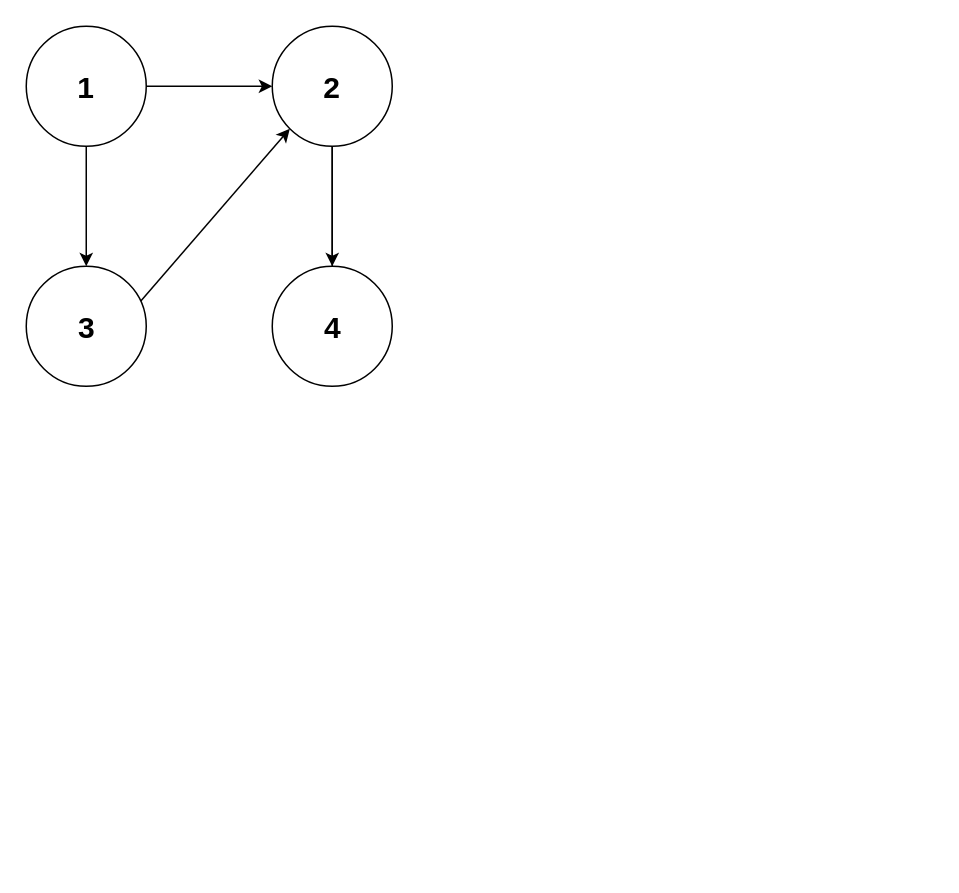
Before: R3_T04_Graf_05_Obilazak_DFS.drawio in draganilicnis/R3_T04_Graf_05_Obilazak_DFS, a draw.io diagram. Source tidied: cells renumbered, new cells numbered last; positions are measured from the earlier drawing's top-left corner, leaving out a move shared by most shapes. Both pictures are drawn from the tidied source at 150%, with x=0, y=0 at pixel (26, 26).
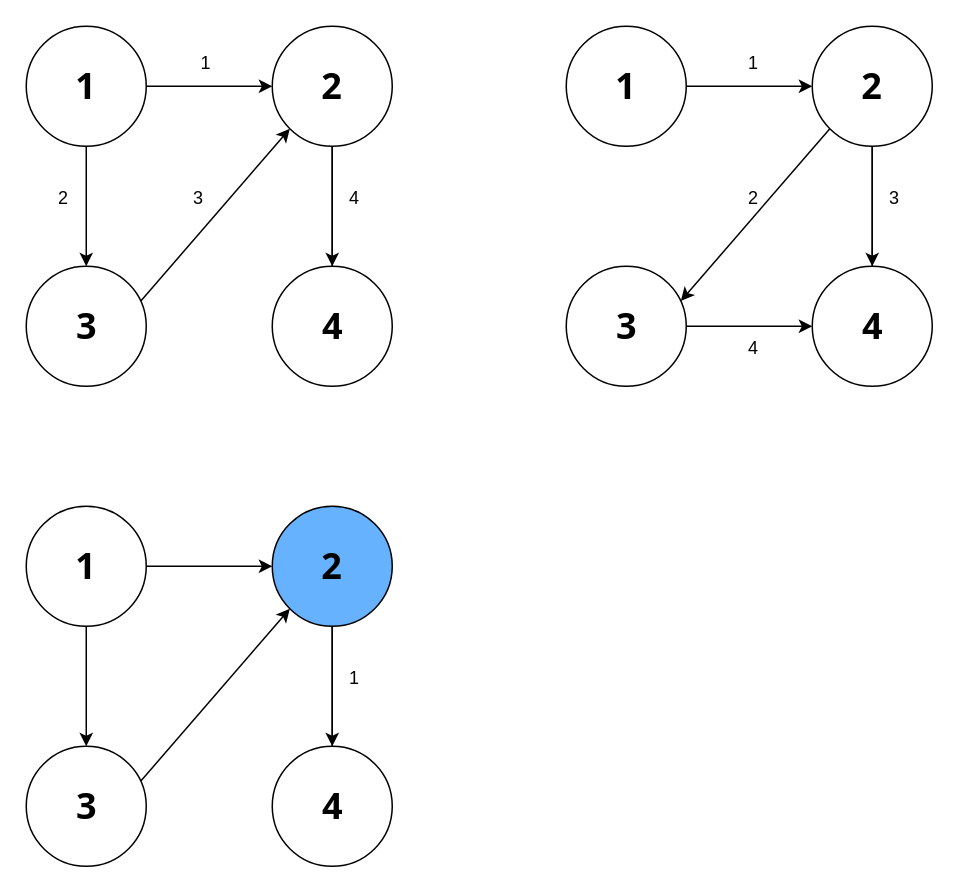
The same page after the edit.

Change to the diagram source:
```diff
@@
-    <mxCell id="6" value="2" style="text;strokeColor=none;align=center;fillColor=none;html=1;verticalAlign=middle;whiteSpace=wrap;rounded=0;fontStyle=1;fontSize=20;" parent="1" vertex="1">
+    <mxCell id="6" value="&lt;font face=&quot;Tahoma&quot; style=&quot;font-size: 24px;&quot;&gt;2&lt;/font&gt;" style="text;strokeColor=none;align=center;fillColor=none;html=1;verticalAlign=middle;whiteSpace=wrap;rounded=0;fontStyle=1;fontSize=20;" parent="1" vertex="1">
       <mxGeometry x="174" y="27.5" width="60" height="25" as="geometry" />
     </mxCell>
@@
-    <mxCell id="8" value="4" style="text;html=1;align=center;verticalAlign=middle;points=[];strokeColor=none;fillColor=none;fontStyle=1;fontSize=20;" parent="1" vertex="1">
-      <mxGeometry x="189" y="180" width="30" height="40" as="geometry" />
+    <mxCell id="8" value="&lt;font style=&quot;font-size: 24px;&quot; face=&quot;Tahoma&quot;&gt;4&lt;/font&gt;" style="text;html=1;align=center;verticalAlign=middle;points=[];strokeColor=none;fillColor=none;fontStyle=1;fontSize=20;" parent="1" vertex="1">
+      <mxGeometry x="184" y="180" width="40" height="40" as="geometry" />
     </mxCell>
@@
-    <mxCell id="12" value="1" style="text;strokeColor=none;align=center;fillColor=none;html=1;verticalAlign=middle;whiteSpace=wrap;rounded=0;fontStyle=1;fontSize=20;" parent="1" vertex="1">
+    <mxCell id="12" value="&lt;font style=&quot;font-size: 24px;&quot; face=&quot;Tahoma&quot;&gt;1&lt;/font&gt;" style="text;strokeColor=none;align=center;fillColor=none;html=1;verticalAlign=middle;whiteSpace=wrap;rounded=0;fontStyle=1;fontSize=20;" parent="1" vertex="1">
       <mxGeometry x="10" y="27.5" width="60" height="25" as="geometry" />
     </mxCell>
@@
-    <mxCell id="14" value="3" style="text;html=1;align=center;verticalAlign=middle;strokeColor=none;fillColor=none;fontStyle=1;fontSize=20;" parent="1" vertex="1">
-      <mxGeometry x="25" y="180" width="30" height="40" as="geometry" />
+    <mxCell id="14" value="&lt;font face=&quot;Tahoma&quot; style=&quot;font-size: 24px;&quot;&gt;3&lt;/font&gt;" style="text;html=1;align=center;verticalAlign=middle;strokeColor=none;fillColor=none;fontStyle=1;fontSize=20;" parent="1" vertex="1">
+      <mxGeometry x="20" y="180" width="40" height="40" as="geometry" />
     </mxCell>
+    <mxCell id="15" style="edgeStyle=orthogonalEdgeStyle;rounded=0;jettySize=auto;html=1;exitX=0.5;exitY=1;exitDx=0;exitDy=0;entryX=0.5;entryY=0;entryDx=0;entryDy=0;" parent="1" edge="1" source="18" target="20">
+      <mxGeometry relative="1" as="geometry" />
+    </mxCell>
+    <mxCell id="16" style="rounded=0;jettySize=auto;html=1;exitX=0;exitY=1;exitDx=0;exitDy=0;entryX=0.955;entryY=0.29;entryDx=0;entryDy=0;entryPerimeter=0;" parent="1" edge="1" source="18" target="26">
+      <mxGeometry relative="1" as="geometry" />
+    </mxCell>
+    <mxCell id="17" style="rounded=0;jettySize=auto;html=1;" parent="1" edge="1" source="18" target="21">
+      <mxGeometry relative="1" as="geometry" />
+    </mxCell>
+    <mxCell id="18" style="ellipse;whiteSpace=wrap;html=1;" parent="1" vertex="1">
+      <mxGeometry x="524" width="80" height="80" as="geometry" />
+    </mxCell>
+    <mxCell id="19" value="&lt;font face=&quot;Tahoma&quot; style=&quot;font-size: 24px;&quot;&gt;2&lt;/font&gt;" style="text;strokeColor=none;align=center;fillColor=none;html=1;verticalAlign=middle;whiteSpace=wrap;rounded=0;fontStyle=1;fontSize=20;" parent="1" vertex="1">
+      <mxGeometry x="534" y="27.5" width="60" height="25" as="geometry" />
+    </mxCell>
+    <mxCell id="20" style="ellipse;whiteSpace=wrap;html=1;" parent="1" vertex="1">
+      <mxGeometry x="524" y="160" width="80" height="80" as="geometry" />
+    </mxCell>
+    <mxCell id="21" value="&lt;font style=&quot;font-size: 24px;&quot; face=&quot;Tahoma&quot;&gt;4&lt;/font&gt;" style="text;html=1;align=center;verticalAlign=middle;points=[];strokeColor=none;fillColor=none;fontStyle=1;fontSize=20;" parent="1" vertex="1">
+      <mxGeometry x="544" y="180" width="40" height="40" as="geometry" />
+    </mxCell>
+    <mxCell id="22" style="rounded=0;jettySize=auto;html=1;entryX=0;entryY=0.5;entryDx=0;entryDy=0;" parent="1" edge="1" source="23" target="18">
+      <mxGeometry relative="1" as="geometry" />
+    </mxCell>
+    <mxCell id="23" style="ellipse;whiteSpace=wrap;html=1;" parent="1" vertex="1">
+      <mxGeometry x="360" width="80" height="80" as="geometry" />
+    </mxCell>
+    <mxCell id="24" value="&lt;font style=&quot;font-size: 24px;&quot; face=&quot;Tahoma&quot;&gt;1&lt;/font&gt;" style="text;strokeColor=none;align=center;fillColor=none;html=1;verticalAlign=middle;whiteSpace=wrap;rounded=0;fontStyle=1;fontSize=20;" parent="1" vertex="1">
+      <mxGeometry x="370" y="27.5" width="60" height="25" as="geometry" />
+    </mxCell>
+    <mxCell id="25" style="edgeStyle=orthogonalEdgeStyle;rounded=0;jettySize=auto;html=1;entryX=0;entryY=0.5;entryDx=0;entryDy=0;" parent="1" edge="1" source="26" target="20">
+      <mxGeometry relative="1" as="geometry" />
+    </mxCell>
+    <mxCell id="26" style="ellipse;whiteSpace=wrap;html=1;" parent="1" vertex="1">
+      <mxGeometry x="360" y="160" width="80" height="80" as="geometry" />
+    </mxCell>
+    <mxCell id="27" value="&lt;font face=&quot;Tahoma&quot; style=&quot;font-size: 24px;&quot;&gt;3&lt;/font&gt;" style="text;html=1;align=center;verticalAlign=middle;strokeColor=none;fillColor=none;fontStyle=1;fontSize=20;" parent="1" vertex="1">
+      <mxGeometry x="380" y="180" width="40" height="40" as="geometry" />
+    </mxCell>
+    <mxCell id="28" value="1" style="text;html=1;whiteSpace=wrap;strokeColor=none;fillColor=none;align=center;verticalAlign=middle;rounded=0;" parent="1" vertex="1">
+      <mxGeometry x="105" y="10" width="30" height="30" as="geometry" />
+    </mxCell>
+    <mxCell id="29" value="2" style="text;html=1;whiteSpace=wrap;strokeColor=none;fillColor=none;align=center;verticalAlign=middle;rounded=0;" parent="1" vertex="1">
+      <mxGeometry x="10" y="100" width="30" height="30" as="geometry" />
+    </mxCell>
+    <mxCell id="30" value="3" style="text;html=1;whiteSpace=wrap;strokeColor=none;fillColor=none;align=center;verticalAlign=middle;rounded=0;" parent="1" vertex="1">
+      <mxGeometry x="100" y="100" width="30" height="30" as="geometry" />
+    </mxCell>
+    <mxCell id="31" value="4" style="text;html=1;whiteSpace=wrap;strokeColor=none;fillColor=none;align=center;verticalAlign=middle;rounded=0;" parent="1" vertex="1">
+      <mxGeometry x="204" y="100" width="30" height="30" as="geometry" />
+    </mxCell>
+    <mxCell id="32" value="1" style="text;html=1;whiteSpace=wrap;strokeColor=none;fillColor=none;align=center;verticalAlign=middle;rounded=0;" parent="1" vertex="1">
+      <mxGeometry x="470" y="10" width="30" height="30" as="geometry" />
+    </mxCell>
+    <mxCell id="33" value="2" style="text;html=1;whiteSpace=wrap;strokeColor=none;fillColor=none;align=center;verticalAlign=middle;rounded=0;" parent="1" vertex="1">
+      <mxGeometry x="470" y="100" width="30" height="30" as="geometry" />
+    </mxCell>
+    <mxCell id="34" value="3" style="text;html=1;whiteSpace=wrap;strokeColor=none;fillColor=none;align=center;verticalAlign=middle;rounded=0;" parent="1" vertex="1">
+      <mxGeometry x="564" y="100" width="30" height="30" as="geometry" />
+    </mxCell>
+    <mxCell id="35" value="4" style="text;html=1;whiteSpace=wrap;strokeColor=none;fillColor=none;align=center;verticalAlign=middle;rounded=0;" parent="1" vertex="1">
+      <mxGeometry x="470" y="200" width="30" height="30" as="geometry" />
+    </mxCell>
+    <mxCell id="36" style="edgeStyle=orthogonalEdgeStyle;rounded=0;jettySize=auto;html=1;exitX=0.5;exitY=1;exitDx=0;exitDy=0;entryX=0.5;entryY=0;entryDx=0;entryDy=0;" parent="1" edge="1" source="39" target="41">
+      <mxGeometry relative="1" as="geometry" />
+    </mxCell>
+    <mxCell id="37" style="rounded=0;jettySize=auto;html=1;exitX=0.955;exitY=0.29;exitDx=0;exitDy=0;entryX=0;entryY=1;entryDx=0;entryDy=0;exitPerimeter=0;" parent="1" edge="1" source="47" target="39">
+      <mxGeometry relative="1" as="geometry" />
+    </mxCell>
+    <mxCell id="38" style="rounded=0;jettySize=auto;html=1;" parent="1" edge="1" source="39" target="42">
+      <mxGeometry relative="1" as="geometry" />
+    </mxCell>
+    <mxCell id="39" style="ellipse;whiteSpace=wrap;html=1;fillColor=#66B2FF;" parent="1" vertex="1">
+      <mxGeometry x="164" y="320" width="80" height="80" as="geometry" />
+    </mxCell>
+    <mxCell id="40" value="&lt;font face=&quot;Tahoma&quot; style=&quot;font-size: 24px;&quot;&gt;2&lt;/font&gt;" style="text;strokeColor=none;align=center;fillColor=none;html=1;verticalAlign=middle;whiteSpace=wrap;rounded=0;fontStyle=1;fontSize=20;" parent="1" vertex="1">
+      <mxGeometry x="174" y="347.5" width="60" height="25" as="geometry" />
+    </mxCell>
+    <mxCell id="41" style="ellipse;whiteSpace=wrap;html=1;" parent="1" vertex="1">
+      <mxGeometry x="164" y="480" width="80" height="80" as="geometry" />
+    </mxCell>
+    <mxCell id="42" value="&lt;font style=&quot;font-size: 24px;&quot; face=&quot;Tahoma&quot;&gt;4&lt;/font&gt;" style="text;html=1;align=center;verticalAlign=middle;points=[];strokeColor=none;fillColor=none;fontStyle=1;fontSize=20;" parent="1" vertex="1">
+      <mxGeometry x="184" y="500" width="40" height="40" as="geometry" />
+    </mxCell>
+    <mxCell id="43" style="rounded=0;jettySize=auto;html=1;entryX=0;entryY=0.5;entryDx=0;entryDy=0;" parent="1" edge="1" source="45" target="39">
+      <mxGeometry relative="1" as="geometry" />
+    </mxCell>
+    <mxCell id="44" style="rounded=0;jettySize=auto;html=1;exitX=0.5;exitY=1;exitDx=0;exitDy=0;entryX=0.5;entryY=0;entryDx=0;entryDy=0;" parent="1" edge="1" source="45" target="47">
+      <mxGeometry relative="1" as="geometry" />
+    </mxCell>
+    <mxCell id="45" style="ellipse;whiteSpace=wrap;html=1;" parent="1" vertex="1">
+      <mxGeometry y="320" width="80" height="80" as="geometry" />
+    </mxCell>
+    <mxCell id="46" value="&lt;font style=&quot;font-size: 24px;&quot; face=&quot;Tahoma&quot;&gt;1&lt;/font&gt;" style="text;strokeColor=none;align=center;fillColor=none;html=1;verticalAlign=middle;whiteSpace=wrap;rounded=0;fontStyle=1;fontSize=20;" parent="1" vertex="1">
+      <mxGeometry x="10" y="347.5" width="60" height="25" as="geometry" />
+    </mxCell>
+    <mxCell id="47" style="ellipse;whiteSpace=wrap;html=1;" parent="1" vertex="1">
+      <mxGeometry y="480" width="80" height="80" as="geometry" />
+    </mxCell>
+    <mxCell id="48" value="&lt;font face=&quot;Tahoma&quot; style=&quot;font-size: 24px;&quot;&gt;3&lt;/font&gt;" style="text;html=1;align=center;verticalAlign=middle;strokeColor=none;fillColor=none;fontStyle=1;fontSize=20;" parent="1" vertex="1">
+      <mxGeometry x="20" y="500" width="40" height="40" as="geometry" />
+    </mxCell>
+    <mxCell id="49" value="1" style="text;html=1;whiteSpace=wrap;strokeColor=none;fillColor=none;align=center;verticalAlign=middle;rounded=0;" parent="1" vertex="1">
+      <mxGeometry x="204" y="420" width="30" height="30" as="geometry" />
+    </mxCell>
```
